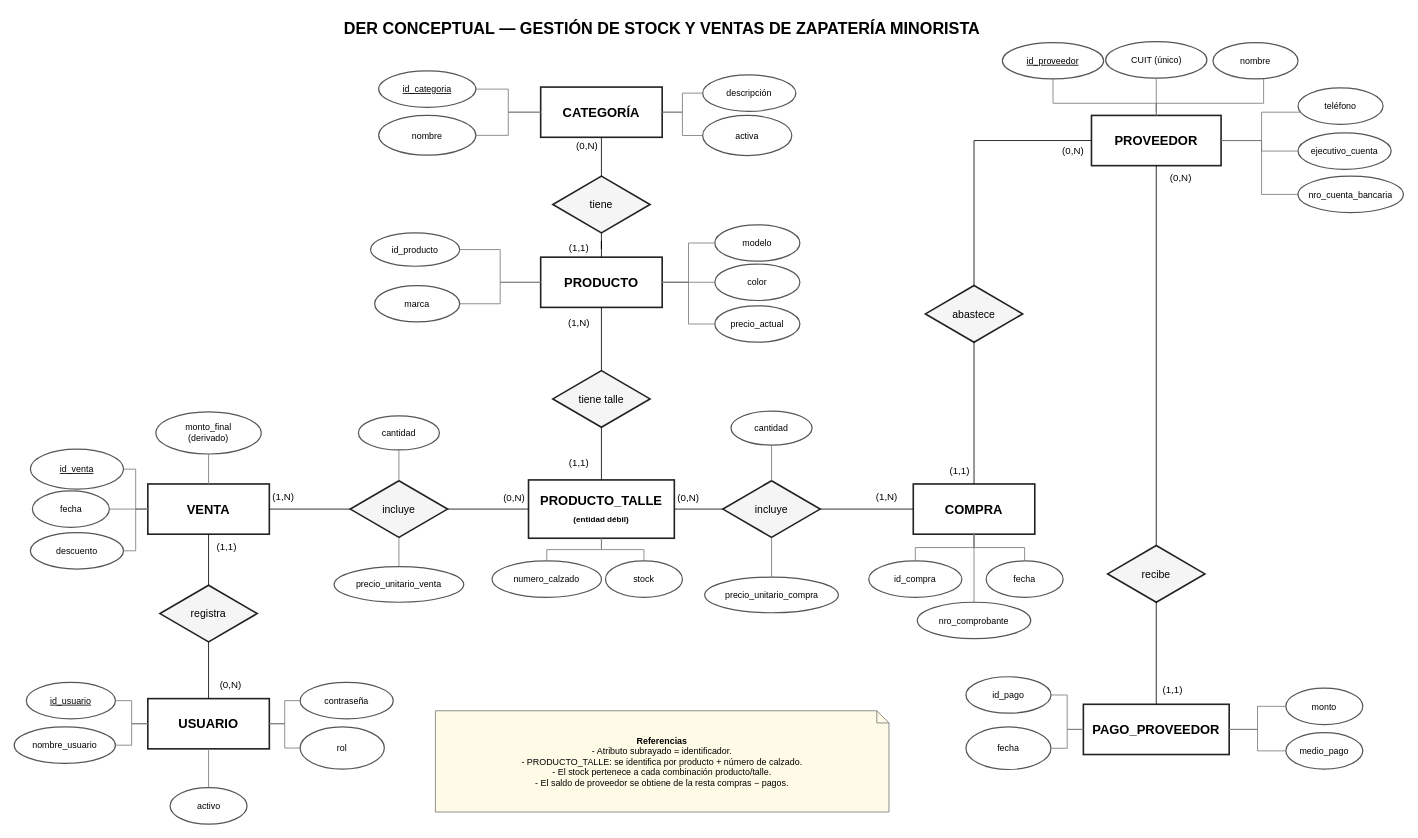
migmik/BD-DER keeps this draw.io diagram as tp_zapateria.drawio. Above is the earlier version. Source tidied: cells renumbered, new cells numbered last; positions are measured from the earlier drawing's top-left corner, leaving out a move shared by most shapes. Both pictures are drawn from the tidied source at 81%, with x=0, y=0 at pixel (14, 14).
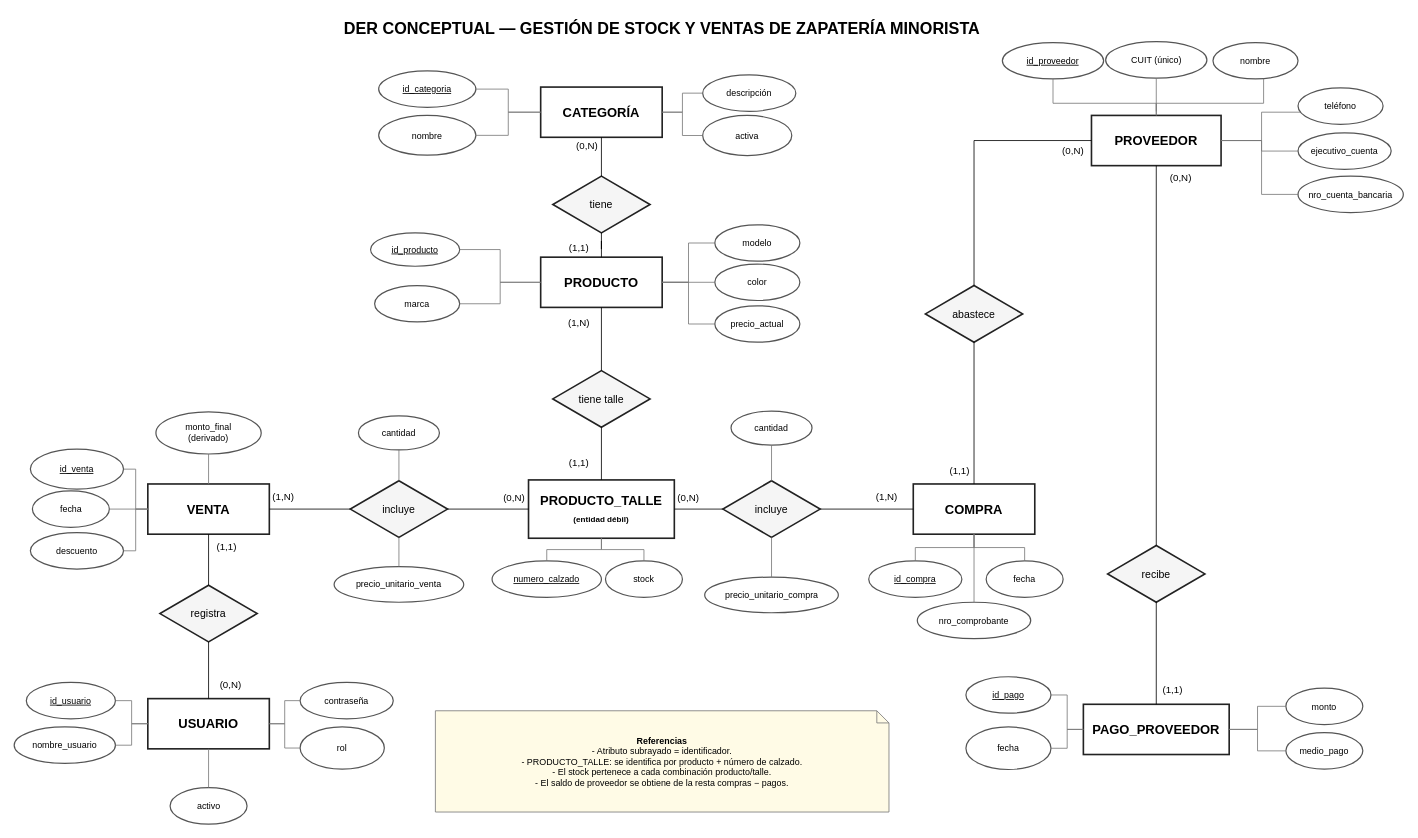
After the change.

Commit message:
agrego subrayado de identificador tp_zapateria.drawio

What changed in the source:
```diff
@@
-    <mxCell id="26" value="id_producto" style="ellipse;whiteSpace=wrap;html=1;strokeWidth=1.5;fontSize=11;fillColor=#ffffff;strokeColor=#555555;" parent="1" vertex="1">
+    <mxCell id="26" value="id_producto" style="ellipse;whiteSpace=wrap;html=1;strokeWidth=1.5;fontSize=11;fillColor=#ffffff;strokeColor=#555555;fontStyle=4;" parent="1" vertex="1">
       <mxGeometry x="440" y="270" width="110" height="41.2" as="geometry" />
     </mxCell>
@@
-    <mxCell id="36" value="&lt;span&gt;numero_calzado&lt;/span&gt;" style="ellipse;whiteSpace=wrap;html=1;strokeWidth=1.5;fontSize=11;fillColor=#ffffff;strokeColor=#555555;fontStyle=0;" parent="1" vertex="1">
+    <mxCell id="36" value="&lt;span&gt;numero_calzado&lt;/span&gt;" style="ellipse;whiteSpace=wrap;html=1;strokeWidth=1.5;fontSize=11;fillColor=#ffffff;strokeColor=#555555;fontStyle=4;" parent="1" vertex="1">
       <mxGeometry x="590" y="675" width="135" height="45" as="geometry" />
     </mxCell>
@@
-    <mxCell id="58" value="&lt;span&gt;id_compra&lt;/span&gt;" style="ellipse;whiteSpace=wrap;html=1;strokeWidth=1.5;fontSize=11;fillColor=#ffffff;strokeColor=#555555;fontStyle=0;" parent="1" vertex="1">
+    <mxCell id="58" value="&lt;span&gt;id_compra&lt;/span&gt;" style="ellipse;whiteSpace=wrap;html=1;strokeWidth=1.5;fontSize=11;fillColor=#ffffff;strokeColor=#555555;fontStyle=4;" parent="1" vertex="1">
       <mxGeometry x="1055" y="675" width="115" height="45" as="geometry" />
     </mxCell>
@@
-    <mxCell id="76" value="&lt;span&gt;id_pago&lt;/span&gt;" style="ellipse;whiteSpace=wrap;html=1;strokeWidth=1.5;fontSize=11;fillColor=#ffffff;strokeColor=#555555;fontStyle=0;" parent="1" vertex="1">
+    <mxCell id="76" value="&lt;span&gt;id_pago&lt;/span&gt;" style="ellipse;whiteSpace=wrap;html=1;strokeWidth=1.5;fontSize=11;fillColor=#ffffff;strokeColor=#555555;fontStyle=4;" parent="1" vertex="1">
       <mxGeometry x="1175" y="818" width="105" height="45" as="geometry" />
     </mxCell>
```
